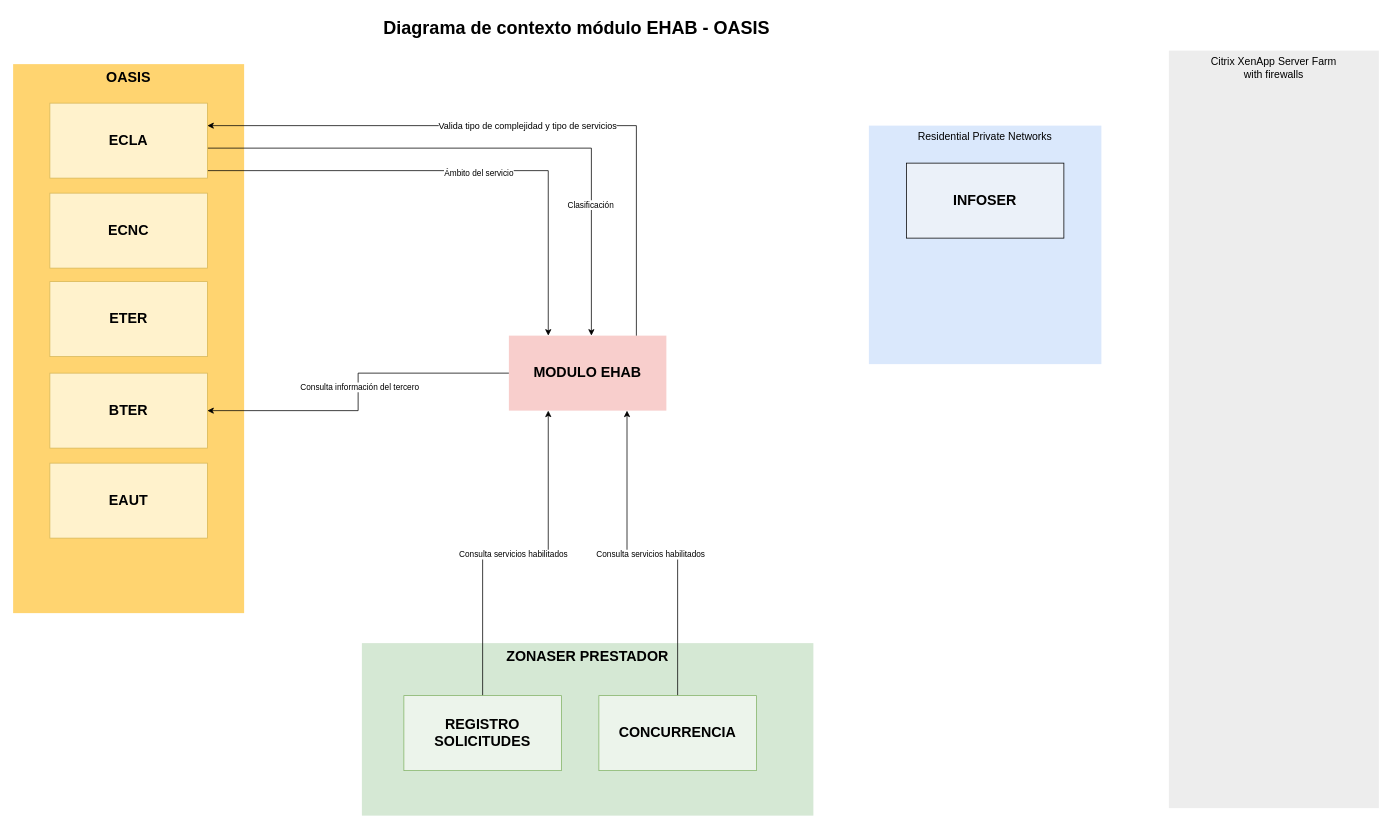
The draw.io diagram Contexto modulo EHAB.drawio in kevinjporto/Diagramas-de-procesos, before the edit. Source tidied: cells renumbered, new cells numbered last; positions are measured from the earlier drawing's top-left corner, leaving out a move shared by most shapes. Both pictures are drawn from the tidied source at 75%, with x=0, y=0 at pixel (13, 13).
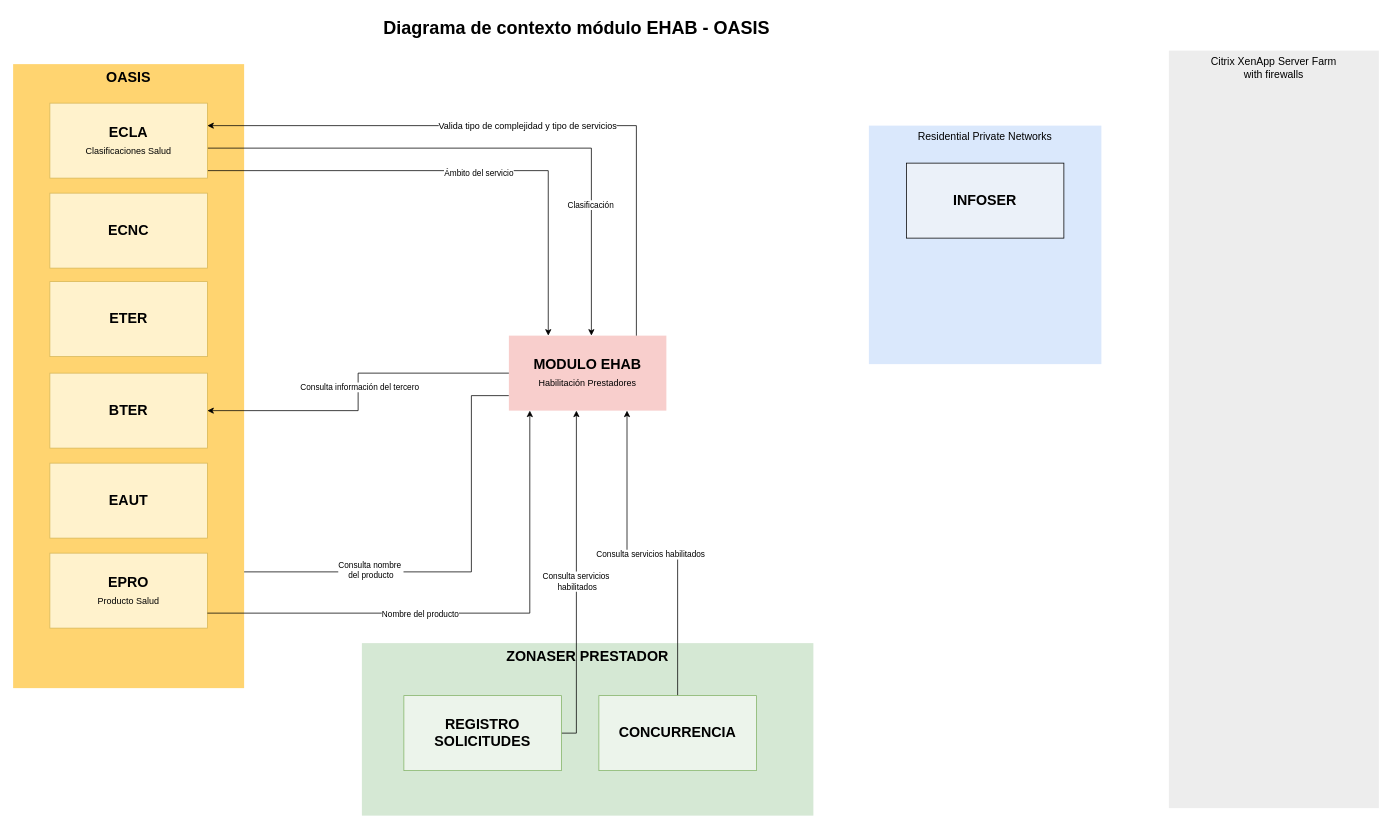
After the change.

The change refers to these unchanged cells:
```xml
<mxCell id="21" value="REGISTRO SOLICITUDES" style="whiteSpace=wrap;html=1;fillColor=light-dark(#ecf4eb, #1f2f1e);fontSize=19;strokeColor=#82b366;verticalAlign=middle;fontStyle=1;" parent="1" vertex="1">
  <mxGeometry x="521" y="910" width="210" height="100" as="geometry" />
</mxCell>
```

Change to the diagram source:
```diff
@@
+    <mxCell id="28" style="edgeStyle=orthogonalEdgeStyle;rounded=0;jettySize=auto;html=1;entryX=1;entryY=0.25;entryDx=0;entryDy=0;" parent="1" edge="1" source="2" target="30">
+      <mxGeometry relative="1" as="geometry">
+        <Array as="points">
+          <mxPoint x="611" y="510" />
+          <mxPoint x="611" y="745" />
+        </Array>
+      </mxGeometry>
+    </mxCell>
+    <mxCell id="29" value="Consulta nombre&amp;nbsp;&lt;div&gt;del producto&lt;/div&gt;" style="edgeLabel;html=1;align=center;verticalAlign=middle;" parent="28" vertex="1">
+      <mxGeometry x="0.32" y="-3" relative="1" as="geometry" />
+    </mxCell>
-    <mxCell id="2" value="MODULO EHAB" style="whiteSpace=wrap;html=1;fillColor=#f8cecc;fontSize=19;strokeColor=none;verticalAlign=middle;fontStyle=1;" parent="1" vertex="1">
+    <mxCell id="2" value="MODULO EHAB&lt;div&gt;&lt;font style=&quot;font-weight: normal; font-size: 12px;&quot;&gt;Habilitación Prestadores&lt;/font&gt;&lt;/div&gt;" style="whiteSpace=wrap;html=1;fillColor=#f8cecc;fontSize=19;strokeColor=none;verticalAlign=middle;fontStyle=1;" parent="1" vertex="1">
       <mxGeometry x="661" y="430" width="210" height="100" as="geometry" />
     </mxCell>
@@
     <mxCell id="5" value="&lt;b&gt;OASIS&lt;/b&gt;" style="whiteSpace=wrap;html=1;fillColor=#FFD470;gradientColor=none;fontSize=19;strokeColor=none;verticalAlign=top;" parent="1" vertex="1">
-      <mxGeometry y="68" width="308" height="732" as="geometry" />
+      <mxGeometry y="68" width="308" height="832" as="geometry" />
     </mxCell>
@@
-    <mxCell id="12" value="ECLA" style="whiteSpace=wrap;html=1;fillColor=#fff2cc;fontSize=19;strokeColor=#d6b656;verticalAlign=middle;fontStyle=1;" parent="1" vertex="1">
+    <mxCell id="12" value="ECLA&lt;div&gt;&lt;font style=&quot;font-size: 12px; font-weight: normal;&quot;&gt;Clasificaciones Salud&lt;/font&gt;&lt;/div&gt;" style="whiteSpace=wrap;html=1;fillColor=#fff2cc;fontSize=19;strokeColor=#d6b656;verticalAlign=middle;fontStyle=1;" parent="1" vertex="1">
       <mxGeometry x="49" y="120" width="210" height="100" as="geometry" />
     </mxCell>
@@
-    <mxCell id="19" style="edgeStyle=orthogonalEdgeStyle;rounded=0;jettySize=auto;html=1;entryX=0.25;entryY=1;entryDx=0;entryDy=0;" parent="1" edge="1" source="21" target="2">
-      <mxGeometry relative="1" as="geometry" />
+    <mxCell id="19" style="edgeStyle=orthogonalEdgeStyle;rounded=0;jettySize=auto;html=1;" parent="1" edge="1" source="21">
+      <mxGeometry relative="1" as="geometry">
+        <mxPoint x="751" y="530" as="targetPoint" />
+        <Array as="points">
+          <mxPoint x="751" y="960" />
+          <mxPoint x="751" y="530" />
+        </Array>
+      </mxGeometry>
     </mxCell>
-    <mxCell id="20" value="Consulta servicios habilitados" style="edgeLabel;html=1;align=center;verticalAlign=middle;" parent="19" vertex="1">
+    <mxCell id="20" value="Consulta servicios&amp;nbsp;&lt;div&gt;habilitados&lt;/div&gt;" style="edgeLabel;html=1;align=center;verticalAlign=middle;" parent="19" vertex="1">
       <mxGeometry x="-0.01" y="-1" relative="1" as="geometry">
         <mxPoint x="-1" as="offset" />
       </mxGeometry>
     </mxCell>
@@
+    <mxCell id="30" value="EPRO&lt;div&gt;&lt;font style=&quot;font-size: 12px; font-weight: normal;&quot;&gt;Producto Salud&lt;/font&gt;&lt;/div&gt;" style="whiteSpace=wrap;html=1;fillColor=#fff2cc;fontSize=19;strokeColor=#d6b656;verticalAlign=middle;fontStyle=1;" parent="1" vertex="1">
+      <mxGeometry x="49" y="720" width="210" height="100" as="geometry" />
+    </mxCell>
+    <mxCell id="31" style="edgeStyle=orthogonalEdgeStyle;rounded=0;jettySize=auto;html=1;entryX=0.133;entryY=1;entryDx=0;entryDy=0;entryPerimeter=0;" parent="1" edge="1" source="30" target="2">
+      <mxGeometry relative="1" as="geometry">
+        <Array as="points">
+          <mxPoint x="689" y="800" />
+        </Array>
+      </mxGeometry>
+    </mxCell>
+    <mxCell id="32" value="Nombre del producto" style="edgeLabel;html=1;align=center;verticalAlign=middle;" parent="31" vertex="1">
+      <mxGeometry x="-0.19" y="-1" relative="1" as="geometry" />
+    </mxCell>
```
